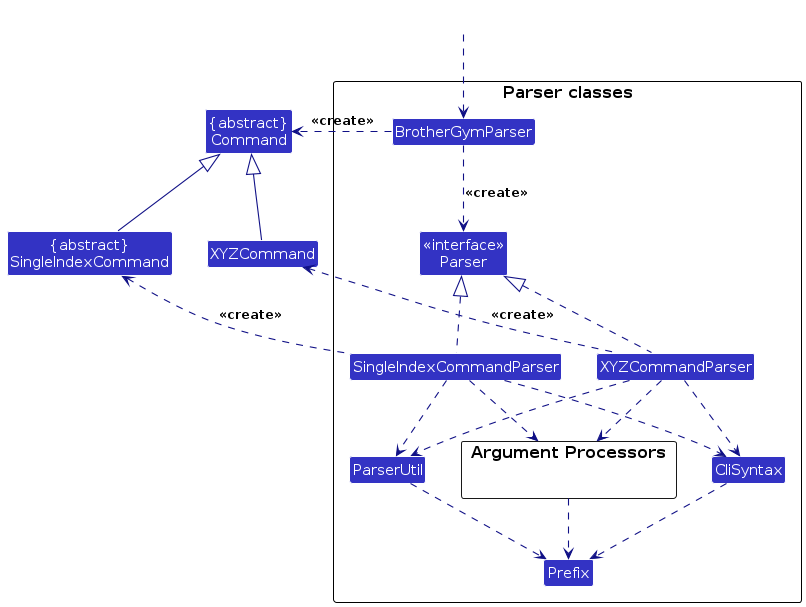
Earlier version of the PlantUML export diagrams/ParserClasses.png (AY2627S1-CS2103T-T11-4/tp). Its source is kept beside it as diagrams/ParserClasses.puml.
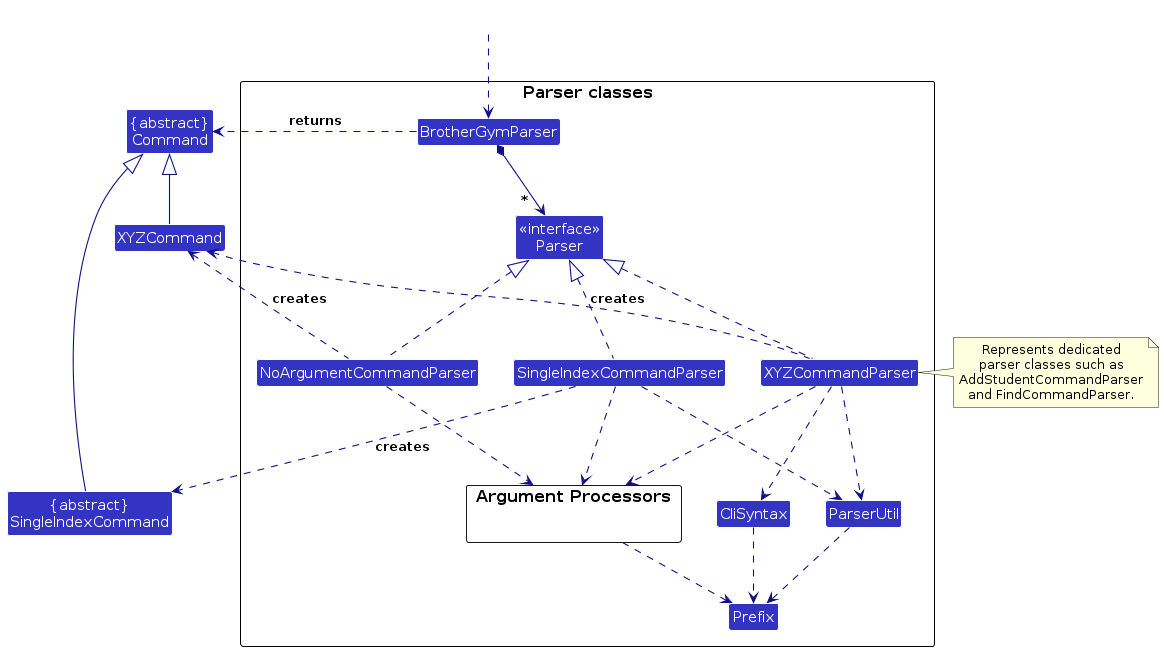
After the change.

Diff of the diagram source:
```diff
@@ -13,8 +13,9 @@
     Class BrotherGymParser
     Class XYZCommandParser
     Class SingleIndexCommandParser
+    Class NoArgumentCommandParser
 
-    package "Argument Processors" {}
+    package "Argument Processors" as ArgProcessor {}
     Class ParserUtil
     Class CliSyntax
     Class Prefix
@@ -23,26 +24,38 @@
 Class HiddenOutside #FFFFFF
 HiddenOutside ..> BrotherGymParser
 
-BrotherGymParser ..> Parser : <<create>>
+BrotherGymParser *--> " *  " Parser
 XYZCommandParser .up.|> Parser
 SingleIndexCommandParser .up.|> Parser
+NoArgumentCommandParser .up.|> Parser
 
-XYZCommandParser .up.> XYZCommand : <<create>>
-SingleIndexCommandParser .up.> SingleIndexCommand : <<create>>
+XYZCommandParser .up.> XYZCommand : creates
+SingleIndexCommandParser .down.> SingleIndexCommand : creates
+NoArgumentCommandParser .up.> XYZCommand : creates
 
-BrotherGymParser ..> Command : <<create>>
+BrotherGymParser ..> Command : returns
 XYZCommand -up-|> Command
 SingleIndexCommand -up-|> Command
 
-XYZCommandParser ..> "Argument Processors"
-SingleIndexCommandParser ..> "Argument Processors"
+XYZCommandParser ..> ArgProcessor
+SingleIndexCommandParser ..> ArgProcessor
+NoArgumentCommandParser ..> ArgProcessor
 XYZCommandParser ..> ParserUtil
 SingleIndexCommandParser ..> ParserUtil
 XYZCommandParser ..> CliSyntax
-SingleIndexCommandParser ..> CliSyntax
 
-"Argument Processors" ..> Prefix
+note right of XYZCommandParser
+    Represents dedicated
+    parser classes such as
+    AddStudentCommandParser
+    and FindCommandParser.
+end note
+
+ArgProcessor ..> Prefix
 CliSyntax ..> Prefix
 ParserUtil ..> Prefix
 
+ArgProcessor -[hidden]right- ParserUtil
+ParserUtil -[hidden]right- CliSyntax
+
 @enduml
```
